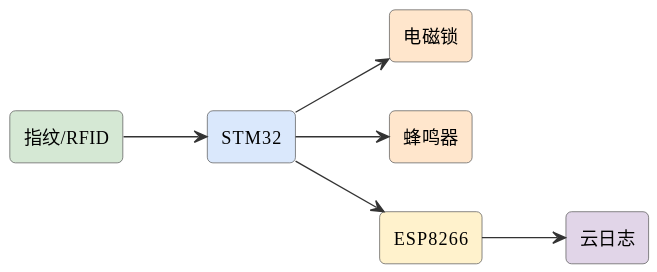
Above: assets/diagrams/ideas-fig5.svg in mingyi0818/IntelligentMcuCourse (PlantUML), before the change.
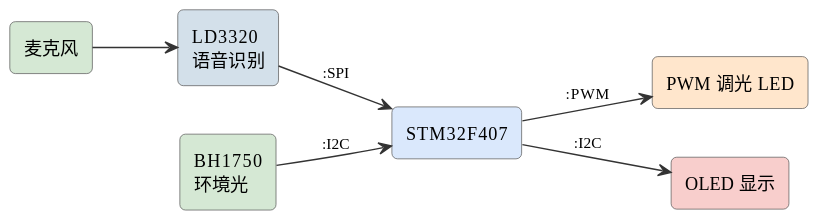
After the change.

What changed in the source:
```diff
@@ -6,15 +6,15 @@
 skinparam arrowFontSize 11
 skinparam arrowColor #333
 left to right direction
-rectangle "指纹/RFID" as fp #d5e8d4
-rectangle "STM32" as stm #dae8fc
-rectangle "电磁锁" as lock #ffe6cc
-rectangle "蜂鸣器" as buzz #ffe6cc
-rectangle "ESP8266" as esp #fff2cc
-rectangle "云日志" as cloud #e1d5e8
-fp --> stm
-stm --> lock
-stm --> buzz
-stm --> esp
-esp --> cloud
+rectangle "麦克风" as mic #d5e8d4
+rectangle "LD3320\n语音识别" as ld #d3e0ea
+rectangle "STM32F407" as stm #dae8fc
+rectangle "PWM 调光 LED" as led #ffe6cc
+rectangle "OLED 显示" as oled #f8cecc
+rectangle "BH1750\n环境光" as bh #d5e8d4
+mic --> ld
+ld --> stm : :SPI
+stm --> led : :PWM
+stm --> oled : :I2C
+bh --> stm : :I2C
 @enduml
```
